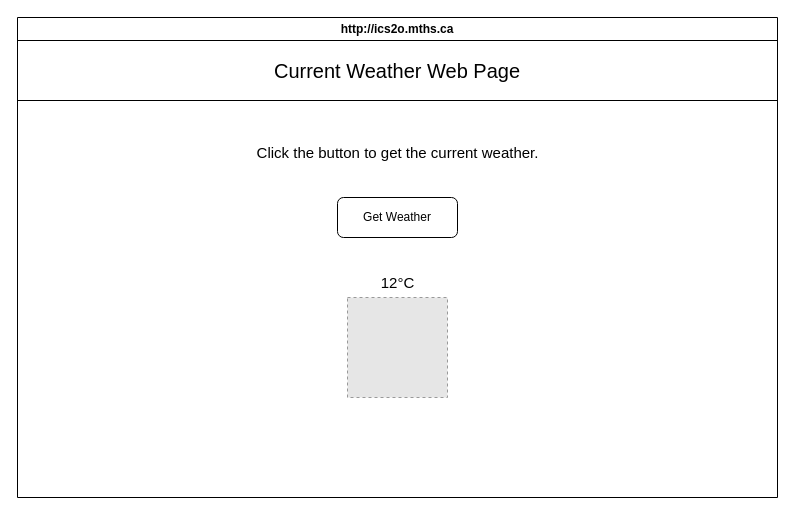
The draw.io diagram design/storyboard.drawio in MTHS-ICD2O-1-2024/ICD2O-Unit-6-03-bain-liao-1, before the edit. Source tidied: cells renumbered, new cells numbered last; positions are measured from the earlier drawing's top-left corner, leaving out a move shared by most shapes. Both pictures are drawn from the tidied source at 100%, with x=0, y=0 at pixel (17, 17). Pictures stored in the file or linked from it are replaced by grey dashed boxes.
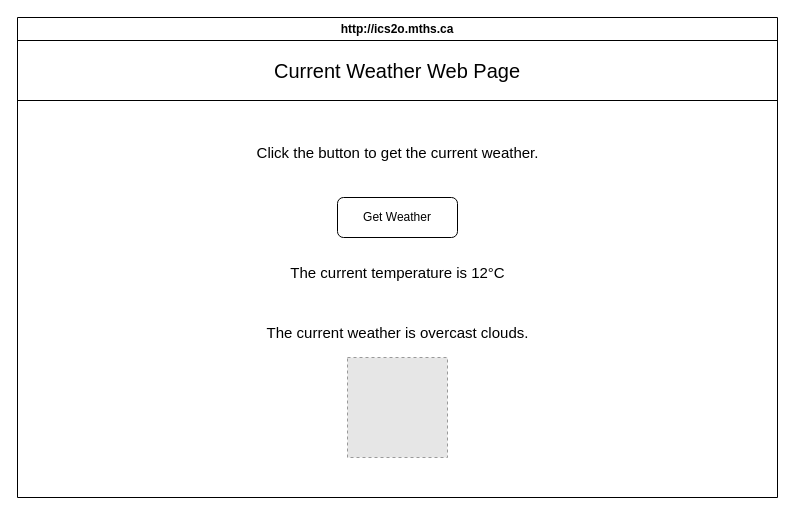
Above is the later version.

Change to the diagram source:
```diff
@@
 <mxGraphModel>
   <root>
     <mxCell id="0" />
     <mxCell id="1" parent="0" />
     <mxCell id="2" value="http://ics2o.mths.ca" style="swimlane;whiteSpace=wrap;html=1;" parent="1" vertex="1">
       <mxGeometry width="760" height="480" as="geometry" />
     </mxCell>
     <mxCell id="3" value="Current Weather Web Page" style="whiteSpace=wrap;html=1;fontSize=20;" parent="2" vertex="1">
       <mxGeometry y="23" width="760" height="60" as="geometry" />
     </mxCell>
     <mxCell id="4" value="Click the button to get the current weather." style="text;html=1;align=center;verticalAlign=middle;strokeColor=none;fillColor=none;fontSize=15;" parent="2" vertex="1">
       <mxGeometry x="230" y="120" width="300" height="30" as="geometry" />
     </mxCell>
     <mxCell id="5" value="Get Weather" style="rounded=1;whiteSpace=wrap;html=1;" parent="2" vertex="1">
       <mxGeometry x="320" y="180" width="120" height="40" as="geometry" />
     </mxCell>
     <mxCell id="6" style="fillColor=#E6E6E6;strokeColor=#999999;dashed=1;verticalLabelPosition=bottom;labelBackgroundColor=default;verticalAlign=top;" parent="2" vertex="1">
-      <mxGeometry x="330" y="280" width="100" height="100" as="geometry" />
+      <mxGeometry x="330" y="340" width="100" height="100" as="geometry" />
     </mxCell>
-    <mxCell id="7" value="12°C" style="text;html=1;align=center;verticalAlign=middle;strokeColor=none;fillColor=none;fontSize=15;" parent="2" vertex="1">
-      <mxGeometry x="350" y="250" width="60" height="30" as="geometry" />
+    <mxCell id="7" value="The current temperature is 12°C" style="text;html=1;align=center;verticalAlign=middle;strokeColor=none;fillColor=none;fontSize=15;" parent="2" vertex="1">
+      <mxGeometry x="265" y="240" width="230" height="30" as="geometry" />
     </mxCell>
+    <mxCell id="8" value="The current weather is overcast clouds." style="text;html=1;align=center;verticalAlign=middle;strokeColor=none;fillColor=none;fontSize=15;" parent="2" vertex="1">
+      <mxGeometry x="240" y="300" width="280" height="30" as="geometry" />
+    </mxCell>
   </root>
 </mxGraphModel>
```
